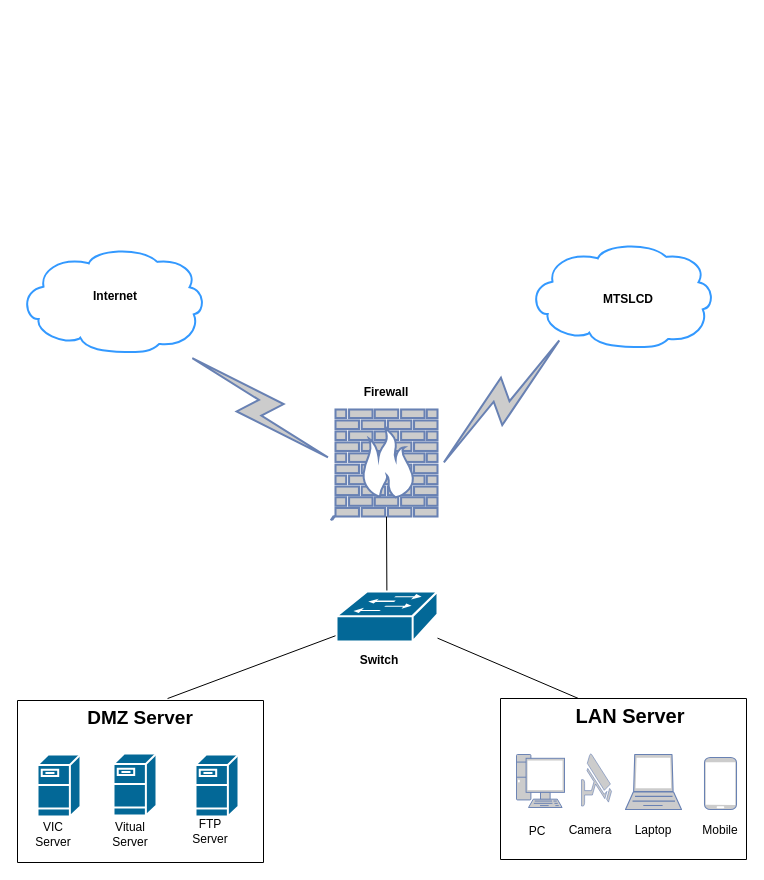
Before: sodongly.drawio in pnptai94/giaydiduongbluezone, a draw.io diagram. Source tidied: cells renumbered, new cells numbered last; positions are measured from the earlier drawing's top-left corner, leaving out a move shared by most shapes. Both pictures are drawn from the tidied source at 100%, with x=0, y=0 at pixel (17, 241).
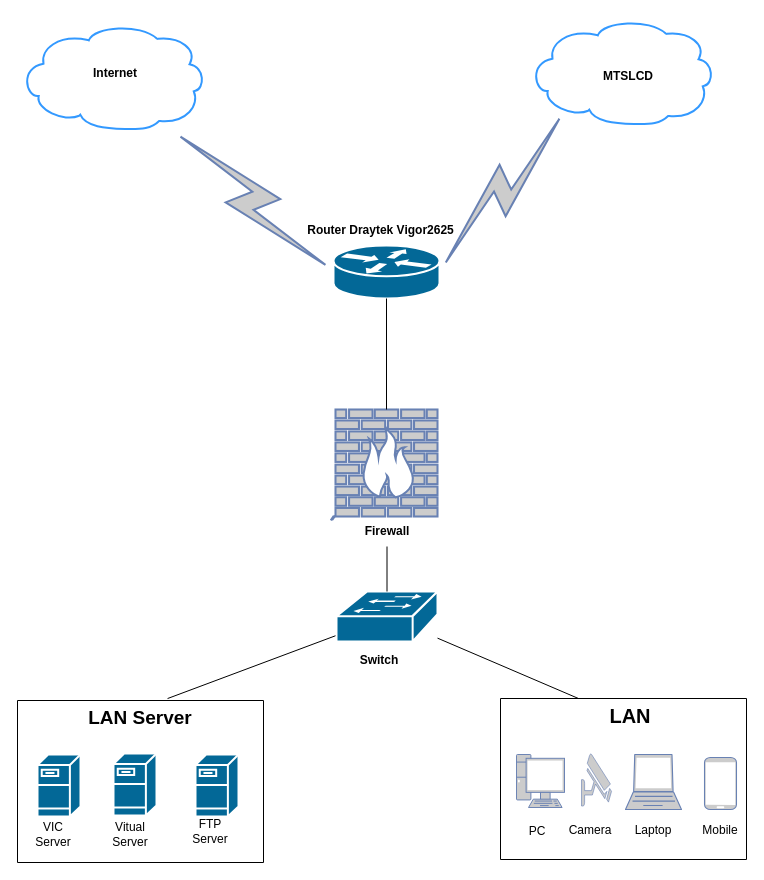
The same page after the edit.

The change refers to these unchanged cells:
```xml
<mxCell id="5" style="fontColor=#0066CC;verticalAlign=top;verticalLabelPosition=bottom;labelPosition=center;align=center;html=1;outlineConnect=0;fillColor=#CCCCCC;strokeColor=#6881B3;gradientColor=none;gradientDirection=north;strokeWidth=2;shape=mxgraph.networks.firewall;labelBackgroundColor=#FFFFFF;" parent="1" vertex="1">
  <mxGeometry x="318" y="168" width="102" height="107" as="geometry" />
</mxCell>
<mxCell id="31" style="shape=mxgraph.cisco.switches.workgroup_switch;sketch=0;html=1;dashed=0;fillColor=#036897;strokeColor=#ffffff;strokeWidth=2;verticalLabelPosition=bottom;verticalAlign=top;align=center;outlineConnect=0;labelBackgroundColor=#FFFFFF;fontSize=19;" parent="1" vertex="1">
  <mxGeometry x="319" y="350" width="101" height="50" as="geometry" />
</mxCell>
```

Change to the diagram source:
```diff
@@
     <mxCell id="2" style="shape=mxgraph.cisco.storage.cloud;sketch=0;html=1;dashed=0;fillColor=none;strokeColor=#3399FF;strokeWidth=2;verticalLabelPosition=bottom;verticalAlign=top;align=center;outlineConnect=0;labelBackgroundColor=#FFFFFF;" parent="1" vertex="1">
-      <mxGeometry x="2" y="5" width="186" height="106" as="geometry" />
+      <mxGeometry x="2" y="-218" width="186" height="106" as="geometry" />
     </mxCell>
     <mxCell id="3" style="shape=mxgraph.cisco.storage.cloud;sketch=0;html=1;dashed=0;fillColor=none;strokeColor=#3399FF;strokeWidth=2;verticalLabelPosition=bottom;verticalAlign=top;align=center;outlineConnect=0;labelBackgroundColor=#FFFFFF;" parent="1" vertex="1">
-      <mxGeometry x="511" width="186" height="106" as="geometry" />
+      <mxGeometry x="511" y="-223" width="186" height="106" as="geometry" />
     </mxCell>
-    <mxCell id="4" style="html=1;outlineConnect=0;fillColor=#CCCCCC;strokeColor=#6881B3;gradientColor=none;gradientDirection=north;strokeWidth=2;shape=mxgraph.networks.comm_link_edge;html=1;rounded=0;endArrow=none;endFill=0;startArrow=none;entryX=0.2;entryY=0.87;entryDx=0;entryDy=0;entryPerimeter=0;" parent="1" edge="1" source="5" target="3">
+    <mxCell id="4" style="html=1;outlineConnect=0;fillColor=#CCCCCC;strokeColor=#6881B3;gradientColor=none;gradientDirection=north;strokeWidth=2;shape=mxgraph.networks.comm_link_edge;html=1;rounded=0;endArrow=none;endFill=0;startArrow=none;entryX=0.2;entryY=0.87;entryDx=0;entryDy=0;entryPerimeter=0;" parent="1" edge="1" source="34" target="3">
       <mxGeometry relative="1" as="geometry">
         <Array as="points">
-          <mxPoint x="580" y="247" />
+          <mxPoint x="580" y="24" />
         </Array>
       </mxGeometry>
     </mxCell>
@@
-    <mxCell id="7" style="html=1;outlineConnect=0;fillColor=#CCCCCC;strokeColor=#6881B3;gradientColor=none;gradientDirection=north;strokeWidth=2;shape=mxgraph.networks.comm_link_edge;html=1;rounded=0;endArrow=none;endFill=0;entryX=0;entryY=0.5;entryDx=0;entryDy=0;entryPerimeter=0;" parent="1" edge="1" source="2" target="5">
+    <mxCell id="7" style="html=1;outlineConnect=0;fillColor=#CCCCCC;strokeColor=#6881B3;gradientColor=none;gradientDirection=north;strokeWidth=2;shape=mxgraph.networks.comm_link_edge;html=1;rounded=0;endArrow=none;endFill=0;entryX=0;entryY=0.5;entryDx=0;entryDy=0;entryPerimeter=0;" parent="1" edge="1" source="2" target="34">
       <mxGeometry relative="1" as="geometry" />
     </mxCell>
@@
-    <mxCell id="10" value="&lt;b style=&quot;background-color: rgb(255 , 255 , 255)&quot;&gt;&lt;font style=&quot;font-size: 19px&quot;&gt;DMZ Server&lt;/font&gt;&lt;/b&gt;" style="text;html=1;strokeColor=none;fillColor=none;align=center;verticalAlign=middle;whiteSpace=wrap;rounded=0;labelBackgroundColor=#FFFFFF;" parent="1" vertex="1">
+    <mxCell id="10" value="&lt;b style=&quot;background-color: rgb(255 , 255 , 255)&quot;&gt;&lt;font style=&quot;font-size: 19px&quot;&gt;LAN Server&lt;/font&gt;&lt;/b&gt;" style="text;html=1;strokeColor=none;fillColor=none;align=center;verticalAlign=middle;whiteSpace=wrap;rounded=0;labelBackgroundColor=#FFFFFF;" parent="1" vertex="1">
       <mxGeometry x="66" y="462" width="114" height="30" as="geometry" />
     </mxCell>
     <mxCell id="11" value="&lt;b&gt;MTSLCD&lt;/b&gt;" style="text;html=1;strokeColor=none;fillColor=none;align=center;verticalAlign=middle;whiteSpace=wrap;rounded=0;labelBackgroundColor=#FFFFFF;" parent="1" vertex="1">
-      <mxGeometry x="581" y="43" width="60" height="30" as="geometry" />
+      <mxGeometry x="581" y="-180" width="60" height="30" as="geometry" />
     </mxCell>
     <mxCell id="12" value="&lt;b&gt;Internet&lt;/b&gt;" style="text;html=1;strokeColor=none;fillColor=none;align=center;verticalAlign=middle;whiteSpace=wrap;rounded=0;labelBackgroundColor=#FFFFFF;" parent="1" vertex="1">
-      <mxGeometry x="68" y="40" width="60" height="30" as="geometry" />
+      <mxGeometry x="68" y="-183" width="60" height="30" as="geometry" />
     </mxCell>
-    <mxCell id="13" value="&lt;b&gt;&lt;font style=&quot;font-size: 20px ; background-color: rgb(255 , 255 , 255)&quot;&gt;LAN Server&lt;/font&gt;&lt;/b&gt;" style="text;html=1;strokeColor=none;fillColor=none;align=center;verticalAlign=middle;whiteSpace=wrap;rounded=0;labelBackgroundColor=#FFFFFF;" parent="1" vertex="1">
+    <mxCell id="13" value="&lt;span style=&quot;font-size: 20px&quot;&gt;&lt;b&gt;LAN&lt;/b&gt;&lt;/span&gt;" style="text;html=1;strokeColor=none;fillColor=none;align=center;verticalAlign=middle;whiteSpace=wrap;rounded=0;labelBackgroundColor=#FFFFFF;" parent="1" vertex="1">
       <mxGeometry x="556" y="459" width="114" height="30" as="geometry" />
     </mxCell>
@@
-    <mxCell id="30" style="edgeStyle=none;rounded=0;jettySize=auto;html=1;entryX=0.5;entryY=1;entryDx=0;entryDy=0;entryPerimeter=0;fontSize=19;endArrow=none;endFill=0;" parent="1" edge="1" source="31" target="5">
+    <mxCell id="30" style="edgeStyle=none;rounded=0;jettySize=auto;html=1;entryX=0.5;entryY=1;entryDx=0;entryDy=0;entryPerimeter=0;fontSize=19;endArrow=none;endFill=0;startArrow=none;" parent="1" edge="1" source="32" target="5">
       <mxGeometry relative="1" as="geometry" />
     </mxCell>
@@
+    <mxCell id="33" value="&lt;b&gt;Switch&lt;/b&gt;" style="text;html=1;strokeColor=none;fillColor=none;align=center;verticalAlign=middle;whiteSpace=wrap;rounded=0;labelBackgroundColor=#FFFFFF;" parent="1" vertex="1">
+      <mxGeometry x="332" y="404" width="60" height="30" as="geometry" />
+    </mxCell>
+    <mxCell id="34" style="shape=mxgraph.cisco.routers.router;sketch=0;html=1;dashed=0;fillColor=#036897;strokeColor=#ffffff;strokeWidth=2;verticalLabelPosition=bottom;verticalAlign=top;align=center;outlineConnect=0;fontSize=14;" parent="1" vertex="1">
+      <mxGeometry x="316" y="4" width="106" height="53" as="geometry" />
+    </mxCell>
     <mxCell id="32" value="&lt;b&gt;Firewall&lt;/b&gt;" style="text;html=1;strokeColor=none;fillColor=none;align=center;verticalAlign=middle;whiteSpace=wrap;rounded=0;labelBackgroundColor=#FFFFFF;" parent="1" vertex="1">
-      <mxGeometry x="339" y="136" width="60" height="30" as="geometry" />
+      <mxGeometry x="339.5" y="275" width="60" height="30" as="geometry" />
     </mxCell>
-    <mxCell id="33" value="&lt;b&gt;Switch&lt;/b&gt;" style="text;html=1;strokeColor=none;fillColor=none;align=center;verticalAlign=middle;whiteSpace=wrap;rounded=0;labelBackgroundColor=#FFFFFF;" parent="1" vertex="1">
-      <mxGeometry x="332" y="404" width="60" height="30" as="geometry" />
-    </mxCell>
+    <mxCell id="35" style="edgeStyle=none;rounded=0;jettySize=auto;html=1;entryX=0.5;entryY=1;entryDx=0;entryDy=0;entryPerimeter=0;fontSize=19;endArrow=none;endFill=0;" parent="1" edge="1" source="31" target="32">
+      <mxGeometry relative="1" as="geometry" />
+    </mxCell>
+    <mxCell id="36" style="endArrow=none;html=1;rounded=0;fontSize=14;entryX=0.5;entryY=1;entryDx=0;entryDy=0;entryPerimeter=0;exitX=0.5;exitY=0;exitDx=0;exitDy=0;exitPerimeter=0;" parent="1" edge="1" source="5" target="34">
+      <mxGeometry relative="1" as="geometry" />
+    </mxCell>
+    <mxCell id="37" value="&lt;b&gt;Router Draytek Vigor2625&lt;/b&gt;" style="text;html=1;strokeColor=none;fillColor=none;align=center;verticalAlign=middle;whiteSpace=wrap;rounded=0;labelBackgroundColor=#FFFFFF;" parent="1" vertex="1">
+      <mxGeometry x="285" y="-26" width="157" height="30" as="geometry" />
+    </mxCell>
```
